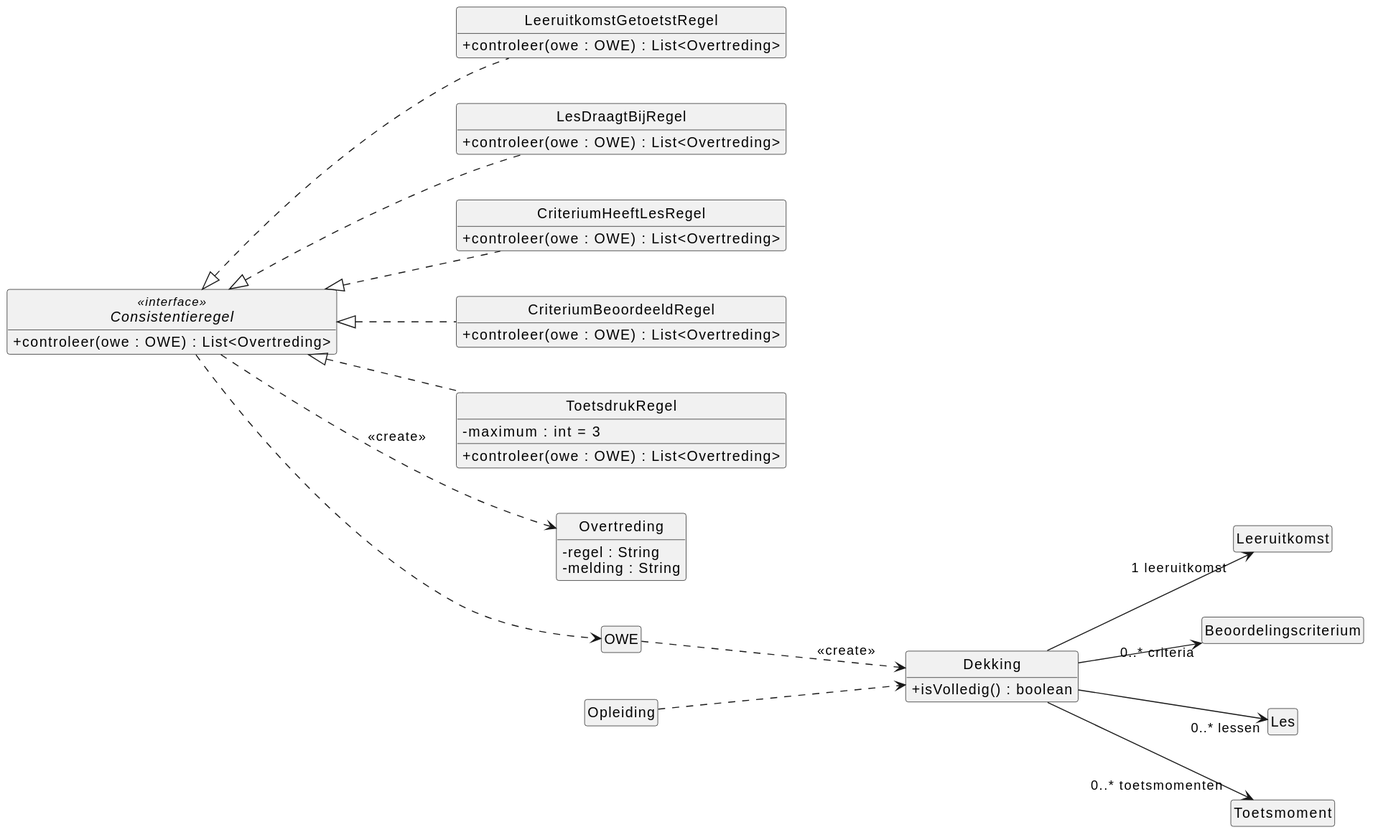
The PlantUML diagram docs/diagrams/klassendiagram-controle.svg in HAN-Craftsmanship-KL-JJG/casus, before a commit.
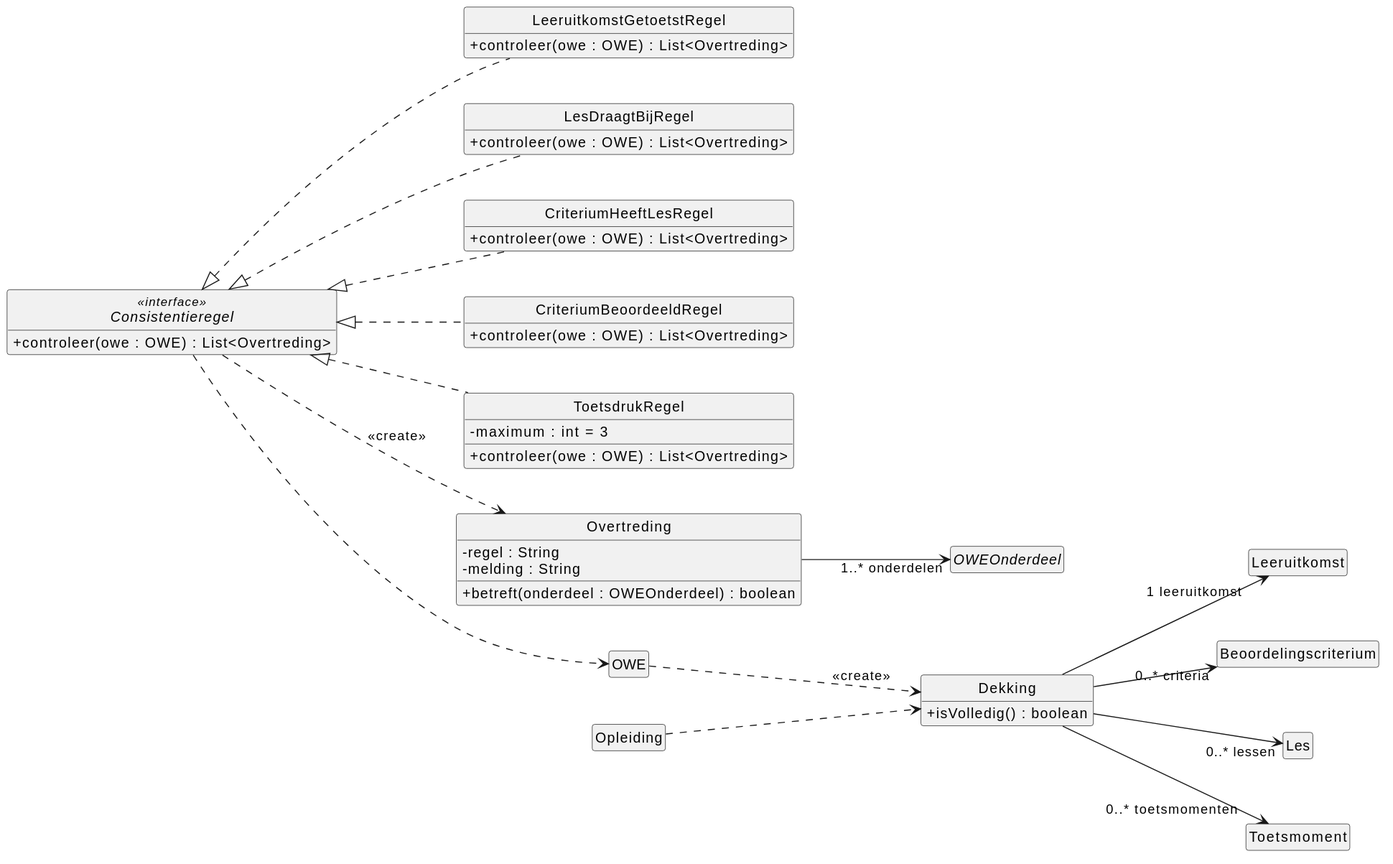
The same file after the commit.

Change to the diagram source:
```diff
@@ -31,6 +31,7 @@
 class Overtreding {
   - regel : String
   - melding : String
+  + betreft(onderdeel : OWEOnderdeel) : boolean
 }
 
 class Dekking {
@@ -43,6 +44,7 @@
 class Beoordelingscriterium
 class Les
 class Toetsmoment
+abstract class OWEOnderdeel
 
 Consistentieregel <|.. LeeruitkomstGetoetstRegel
 Consistentieregel <|.. LesDraagtBijRegel
@@ -52,6 +54,7 @@
 
 Consistentieregel ..> OWE
 Consistentieregel ..> Overtreding : <<create>>
+Overtreding --> "1..* onderdelen" OWEOnderdeel
 
 Opleiding ..> Dekking
 OWE ..> Dekking : <<create>>
```
